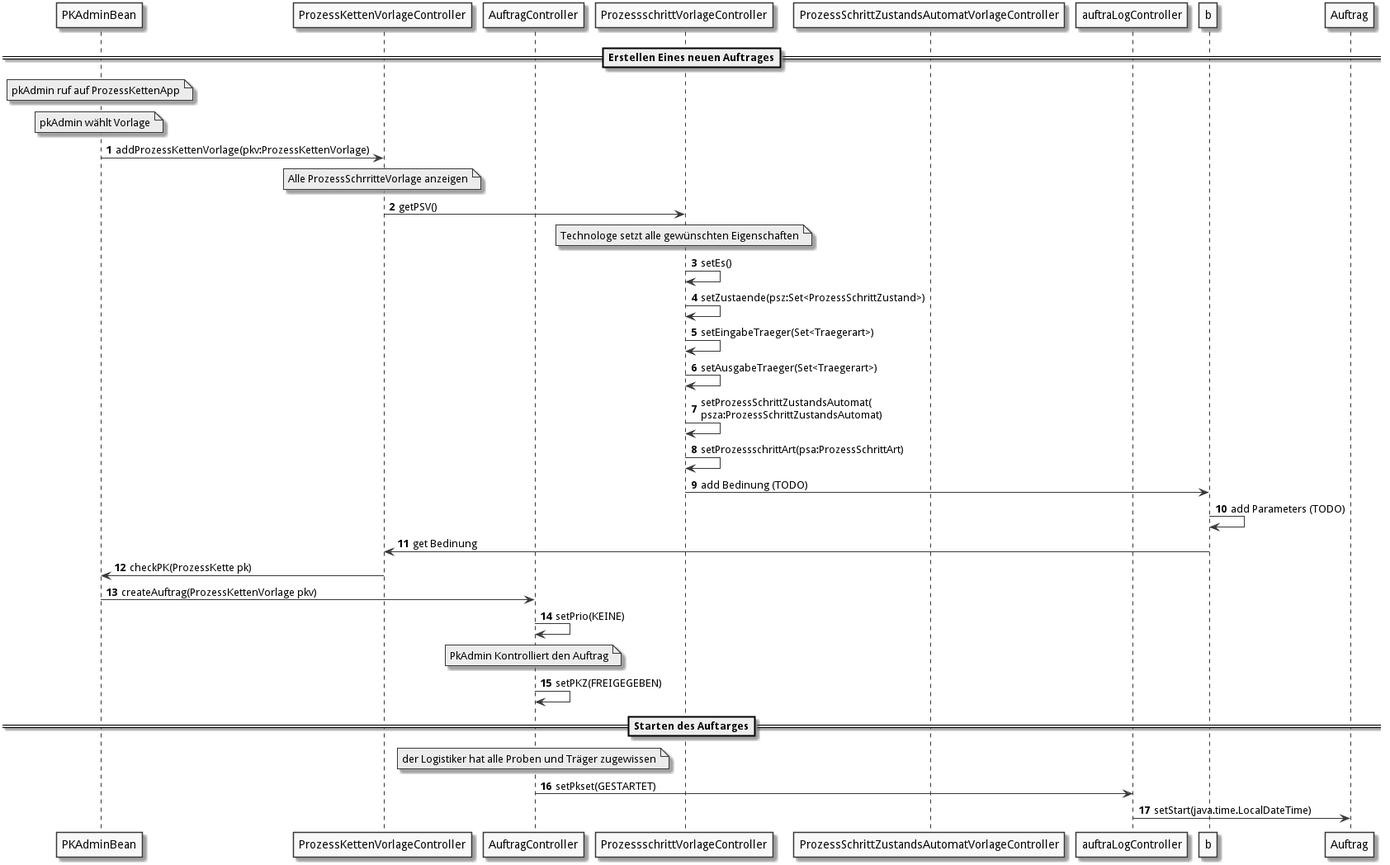
The PlantUML diagram doc/UML/aw/pkErstellen.png in fkehlenb/softwareprojekt-2, before a commit.
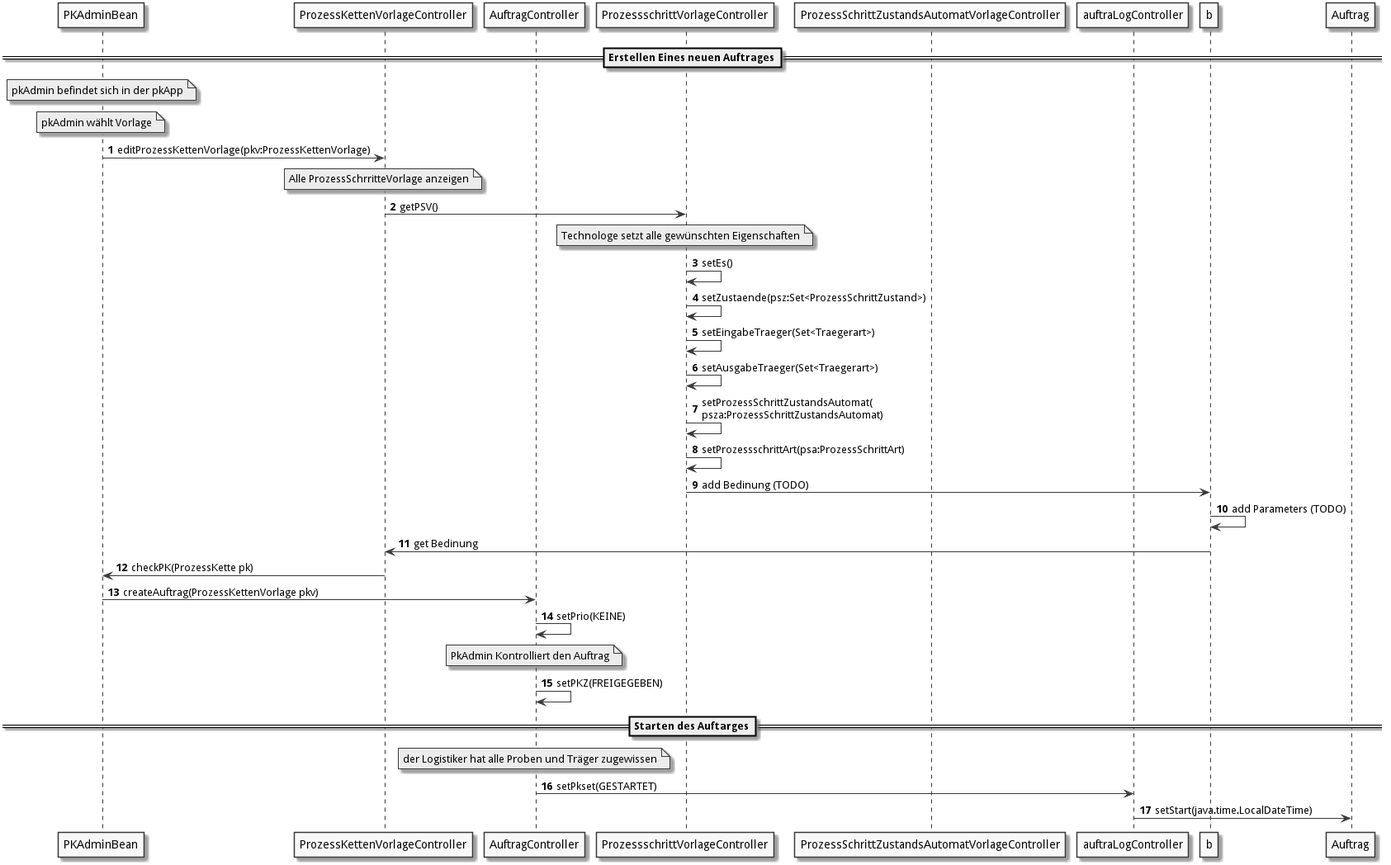
The same file after the commit.

The edit, as a diff of the source:
```diff
@@ -11,9 +11,9 @@
 participant "auftraLogController" as aLog
 
   ==Erstellen Eines neuen Auftrages==
-note over pkaB : pkAdmin ruf auf ProzessKettenApp
+note over pkaB : pkAdmin befindet sich in der pkApp
 note over pkaB: pkAdmin wählt Vorlage
-pkaB -> pkv : addProzessKettenVorlage(pkv:ProzessKettenVorlage)
+pkaB -> pkv : editProzessKettenVorlage(pkv:ProzessKettenVorlage)
 note over pkv : Alle ProzessSchrritteVorlage anzeigen
 pkv -> psv : getPSV()
 note over psv : Technologe setzt alle gewünschten Eigenschaften
```
